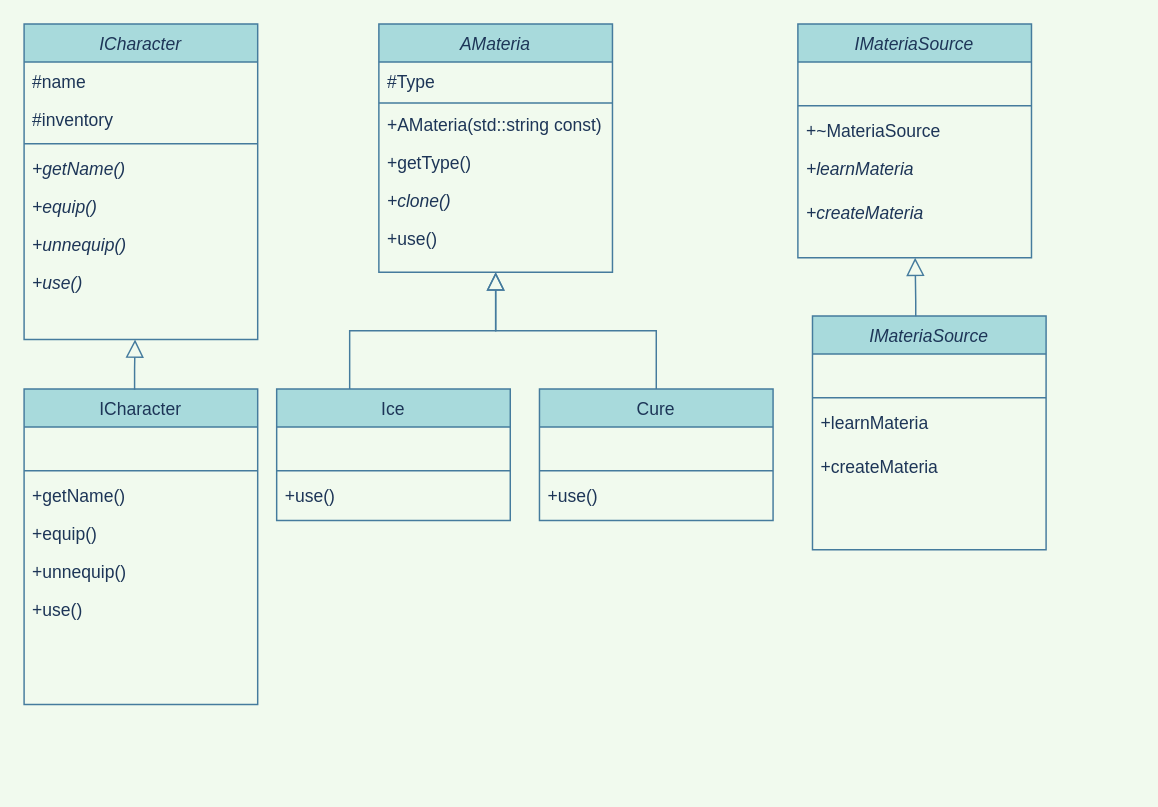
Earlier version of the draw.io diagram cpp04/ex03/cpp04_ex03.drawio (yeawonbong/cpp). Source tidied: cells renumbered, new cells numbered last; positions are measured from the earlier drawing's top-left corner, leaving out a move shared by most shapes. Both pictures are drawn from the tidied source at 146%, with x=0, y=0 at pixel (23, 23).
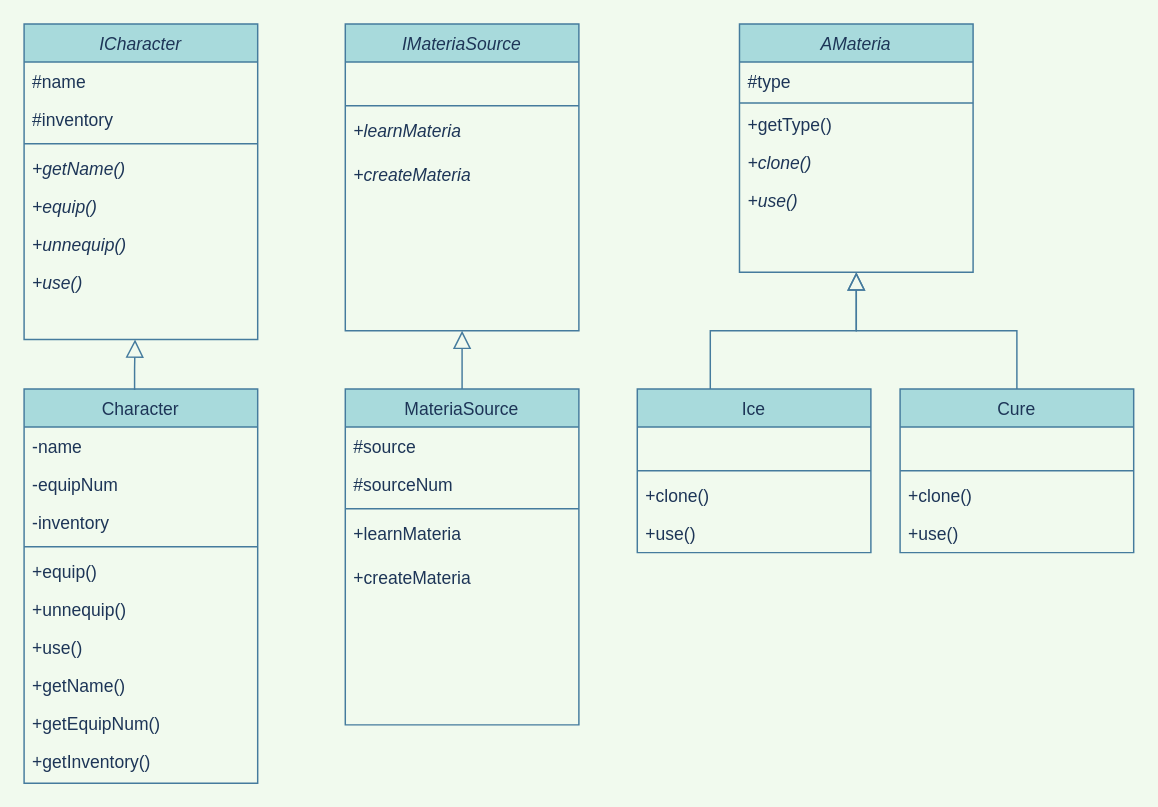
The same page after the edit.

The edit, as a diff of the source:
```diff
@@
     <mxCell id="2" value="IMateriaSource" style="swimlane;fontStyle=2;align=center;verticalAlign=top;horizontal=1;startSize=26;rounded=0;shadow=0;strokeWidth=1;fillColor=#A8DADC;strokeColor=#457B9D;fontColor=#1D3557;" parent="1" vertex="1">
-      <mxGeometry x="530" width="160" height="160" as="geometry" />
+      <mxGeometry x="220" width="160" height="210" as="geometry" />
     </mxCell>
@@
-    <mxCell id="5" value="+~MateriaSource" style="text;align=left;verticalAlign=top;spacingLeft=4;spacingRight=4;overflow=hidden;fontColor=#1D3557;" parent="2" vertex="1">
-      <mxGeometry y="60" width="160" height="26" as="geometry" />
-    </mxCell>
     <mxCell id="6" value="+learnMateria&#10;" style="text;align=left;verticalAlign=top;spacingLeft=4;spacingRight=4;overflow=hidden;fontColor=#1D3557;fontStyle=2;" parent="2" vertex="1">
-      <mxGeometry y="86" width="160" height="30" as="geometry" />
+      <mxGeometry y="60" width="160" height="30" as="geometry" />
     </mxCell>
     <mxCell id="7" value="+createMateria" style="text;align=left;verticalAlign=top;spacingLeft=4;spacingRight=4;overflow=hidden;rounded=0;shadow=0;html=0;fontColor=#1D3557;fontStyle=2;" parent="2" vertex="1">
-      <mxGeometry y="116" width="160" height="26" as="geometry" />
+      <mxGeometry y="90" width="160" height="26" as="geometry" />
     </mxCell>
     <mxCell id="8" value="Ice" style="swimlane;fontStyle=0;align=center;verticalAlign=top;horizontal=1;startSize=26;rounded=0;shadow=0;strokeWidth=1;fillColor=#A8DADC;strokeColor=#457B9D;fontColor=#1D3557;" parent="1" vertex="1">
-      <mxGeometry x="173" y="250" width="160" height="90" as="geometry" />
+      <mxGeometry x="420" y="250" width="160" height="112" as="geometry" />
     </mxCell>
@@
+    <mxCell id="47" value="+clone()" style="text;align=left;verticalAlign=top;spacingLeft=4;spacingRight=4;overflow=hidden;fontColor=#1D3557;fontStyle=0;" parent="8" vertex="1">
+      <mxGeometry y="60" width="160" height="26" as="geometry" />
+    </mxCell>
     <mxCell id="11" value="+use()" style="text;align=left;verticalAlign=top;spacingLeft=4;spacingRight=4;overflow=hidden;fontStyle=0;fontColor=#1D3557;" parent="8" vertex="1">
-      <mxGeometry y="60" width="160" height="26" as="geometry" />
+      <mxGeometry y="86" width="160" height="26" as="geometry" />
     </mxCell>
     <mxCell id="12" style="endArrow=block;endSize=10;endFill=0;shadow=0;strokeWidth=1;rounded=0;edgeStyle=elbowEdgeStyle;elbow=vertical;labelBackgroundColor=#F1FAEE;strokeColor=#457B9D;fontColor=#1D3557;" parent="1" edge="1">
       <mxGeometry relative="1" as="geometry">
-        <mxPoint x="223" y="250" as="sourcePoint" />
-        <mxPoint x="323" y="170" as="targetPoint" />
+        <mxPoint x="470" y="250" as="sourcePoint" />
+        <mxPoint x="570" y="170" as="targetPoint" />
       </mxGeometry>
     </mxCell>
     <mxCell id="13" value="Cure" style="swimlane;fontStyle=0;align=center;verticalAlign=top;horizontal=1;startSize=26;rounded=0;shadow=0;strokeWidth=1;fillColor=#A8DADC;strokeColor=#457B9D;fontColor=#1D3557;" parent="1" vertex="1">
-      <mxGeometry x="353" y="250" width="160" height="90" as="geometry" />
+      <mxGeometry x="600" y="250" width="160" height="112" as="geometry" />
     </mxCell>
@@
+    <mxCell id="48" value="+clone()" style="text;align=left;verticalAlign=top;spacingLeft=4;spacingRight=4;overflow=hidden;fontColor=#1D3557;fontStyle=0;" parent="13" vertex="1">
+      <mxGeometry y="60" width="160" height="26" as="geometry" />
+    </mxCell>
     <mxCell id="16" value="+use()" style="text;align=left;verticalAlign=top;spacingLeft=4;spacingRight=4;overflow=hidden;fontStyle=0;fontColor=#1D3557;" parent="13" vertex="1">
-      <mxGeometry y="60" width="160" height="26" as="geometry" />
+      <mxGeometry y="86" width="160" height="26" as="geometry" />
     </mxCell>
     <mxCell id="17" style="endArrow=block;endSize=10;endFill=0;shadow=0;strokeWidth=1;rounded=0;edgeStyle=elbowEdgeStyle;elbow=vertical;labelBackgroundColor=#F1FAEE;strokeColor=#457B9D;fontColor=#1D3557;" parent="1" edge="1" source="13">
       <mxGeometry relative="1" as="geometry">
-        <mxPoint x="323" y="170" as="targetPoint" />
+        <mxPoint x="570" y="170" as="targetPoint" />
       </mxGeometry>
     </mxCell>
@@
     <mxCell id="26" value="AMateria" style="swimlane;fontStyle=2;align=center;verticalAlign=top;horizontal=1;startSize=26;rounded=0;shadow=0;strokeWidth=1;fillColor=#A8DADC;strokeColor=#457B9D;fontColor=#1D3557;" parent="1" vertex="1">
-      <mxGeometry x="243" width="160" height="170" as="geometry" />
+      <mxGeometry x="490" width="160" height="170" as="geometry" />
     </mxCell>
-    <mxCell id="27" value="#Type" style="text;align=left;verticalAlign=top;spacingLeft=4;spacingRight=4;overflow=hidden;fontColor=#1D3557;" parent="26" vertex="1">
+    <mxCell id="27" value="#type" style="text;align=left;verticalAlign=top;spacingLeft=4;spacingRight=4;overflow=hidden;fontColor=#1D3557;" parent="26" vertex="1">
       <mxGeometry y="26" width="160" height="26" as="geometry" />
     </mxCell>
@@
-    <mxCell id="29" value="+AMateria(std::string const)&#10;" style="text;align=left;verticalAlign=top;spacingLeft=4;spacingRight=4;overflow=hidden;fontColor=#1D3557;" parent="26" vertex="1">
-      <mxGeometry y="56" width="160" height="26" as="geometry" />
-    </mxCell>
-    <mxCell id="30" value="+getType()" style="text;align=left;verticalAlign=top;spacingLeft=4;spacingRight=4;overflow=hidden;fontColor=#1D3557;" parent="26" vertex="1">
-      <mxGeometry y="82" width="160" height="26" as="geometry" />
+    <mxCell id="30" value="+getType()" style="text;align=left;verticalAlign=top;spacingLeft=4;spacingRight=4;overflow=hidden;fontColor=#1D3557;fontStyle=0;" parent="26" vertex="1">
+      <mxGeometry y="56" width="160" height="26" as="geometry" />
     </mxCell>
     <mxCell id="31" value="+clone()" style="text;align=left;verticalAlign=top;spacingLeft=4;spacingRight=4;overflow=hidden;fontColor=#1D3557;fontStyle=2;" parent="26" vertex="1">
-      <mxGeometry y="108" width="160" height="26" as="geometry" />
+      <mxGeometry y="82" width="160" height="26" as="geometry" />
     </mxCell>
-    <mxCell id="32" value="+use()" style="text;align=left;verticalAlign=top;spacingLeft=4;spacingRight=4;overflow=hidden;fontColor=#1D3557;" parent="26" vertex="1">
-      <mxGeometry y="134" width="160" height="26" as="geometry" />
+    <mxCell id="32" value="+use()" style="text;align=left;verticalAlign=top;spacingLeft=4;spacingRight=4;overflow=hidden;fontColor=#1D3557;fontStyle=2;" parent="26" vertex="1">
+      <mxGeometry y="108" width="160" height="26" as="geometry" />
     </mxCell>
-    <mxCell id="33" value="ICharacter" style="swimlane;fontStyle=0;align=center;verticalAlign=top;horizontal=1;startSize=26;rounded=0;shadow=0;strokeWidth=1;fillColor=#A8DADC;strokeColor=#457B9D;fontColor=#1D3557;" parent="1" vertex="1">
-      <mxGeometry y="250" width="160" height="216" as="geometry" />
+    <mxCell id="33" value="Character" style="swimlane;fontStyle=0;align=center;verticalAlign=top;horizontal=1;startSize=26;rounded=0;shadow=0;strokeWidth=1;fillColor=#A8DADC;strokeColor=#457B9D;fontColor=#1D3557;" parent="1" vertex="1">
+      <mxGeometry y="250" width="160" height="270" as="geometry" />
     </mxCell>
-    <mxCell id="34" value=" " style="text;align=left;verticalAlign=top;spacingLeft=4;spacingRight=4;overflow=hidden;fontColor=#1D3557;" parent="33" vertex="1">
+    <mxCell id="34" value="-name" style="text;align=left;verticalAlign=top;spacingLeft=4;spacingRight=4;overflow=hidden;fontColor=#1D3557;" parent="33" vertex="1">
       <mxGeometry y="26" width="160" height="26" as="geometry" />
     </mxCell>
+    <mxCell id="49" value="-equipNum" style="text;align=left;verticalAlign=top;spacingLeft=4;spacingRight=4;overflow=hidden;fontColor=#1D3557;fontStyle=0;" parent="33" vertex="1">
+      <mxGeometry y="52" width="160" height="26" as="geometry" />
+    </mxCell>
+    <mxCell id="50" value="-inventory" style="text;align=left;verticalAlign=top;spacingLeft=4;spacingRight=4;overflow=hidden;fontColor=#1D3557;fontStyle=0;" parent="33" vertex="1">
+      <mxGeometry y="78" width="160" height="26" as="geometry" />
+    </mxCell>
     <mxCell id="35" style="line;html=1;strokeWidth=1;align=left;verticalAlign=middle;spacingTop=-1;spacingLeft=3;spacingRight=3;labelPosition=right;labelBackgroundColor=#F1FAEE;fillColor=#A8DADC;strokeColor=#457B9D;fontColor=#1D3557;" parent="33" vertex="1">
-      <mxGeometry y="52" width="160" height="8" as="geometry" />
+      <mxGeometry y="104" width="160" height="8" as="geometry" />
     </mxCell>
-    <mxCell id="36" value="+getName()" style="text;align=left;verticalAlign=top;spacingLeft=4;spacingRight=4;overflow=hidden;fontColor=#1D3557;fontStyle=0;" parent="33" vertex="1">
-      <mxGeometry y="60" width="160" height="26" as="geometry" />
-    </mxCell>
     <mxCell id="37" value="+equip()" style="text;align=left;verticalAlign=top;spacingLeft=4;spacingRight=4;overflow=hidden;fontColor=#1D3557;fontStyle=0;" parent="33" vertex="1">
-      <mxGeometry y="86" width="160" height="26" as="geometry" />
+      <mxGeometry y="112" width="160" height="26" as="geometry" />
     </mxCell>
     <mxCell id="38" value="+unnequip()" style="text;align=left;verticalAlign=top;spacingLeft=4;spacingRight=4;overflow=hidden;rounded=0;shadow=0;html=0;fontColor=#1D3557;fontStyle=0;" parent="33" vertex="1">
-      <mxGeometry y="112" width="160" height="26" as="geometry" />
+      <mxGeometry y="138" width="160" height="26" as="geometry" />
     </mxCell>
     <mxCell id="39" value="+use()" style="text;align=left;verticalAlign=top;spacingLeft=4;spacingRight=4;overflow=hidden;rounded=0;shadow=0;html=0;fontColor=#1D3557;fontStyle=0;" parent="33" vertex="1">
-      <mxGeometry y="138" width="160" height="26" as="geometry" />
+      <mxGeometry y="164" width="160" height="26" as="geometry" />
     </mxCell>
+    <mxCell id="36" value="+getName()" style="text;align=left;verticalAlign=top;spacingLeft=4;spacingRight=4;overflow=hidden;fontColor=#1D3557;fontStyle=0;" parent="33" vertex="1">
+      <mxGeometry y="190" width="160" height="26" as="geometry" />
+    </mxCell>
+    <mxCell id="51" value="+getEquipNum()" style="text;align=left;verticalAlign=top;spacingLeft=4;spacingRight=4;overflow=hidden;fontColor=#1D3557;fontStyle=0;" parent="33" vertex="1">
+      <mxGeometry y="216" width="160" height="26" as="geometry" />
+    </mxCell>
+    <mxCell id="52" value="+getInventory()" style="text;align=left;verticalAlign=top;spacingLeft=4;spacingRight=4;overflow=hidden;fontColor=#1D3557;fontStyle=0;" parent="33" vertex="1">
+      <mxGeometry y="242" width="160" height="26" as="geometry" />
+    </mxCell>
@@
-    <mxCell id="41" value="IMateriaSource" style="swimlane;fontStyle=2;align=center;verticalAlign=top;horizontal=1;startSize=26;rounded=0;shadow=0;strokeWidth=1;fillColor=#A8DADC;strokeColor=#457B9D;fontColor=#1D3557;" parent="1" vertex="1">
-      <mxGeometry x="540" y="200" width="160" height="160" as="geometry" />
+    <mxCell id="41" value="MateriaSource" style="swimlane;fontStyle=0;align=center;verticalAlign=top;horizontal=1;startSize=26;rounded=0;shadow=0;strokeWidth=1;fillColor=#A8DADC;strokeColor=#457B9D;fontColor=#1D3557;" parent="1" vertex="1">
+      <mxGeometry x="220" y="250" width="160" height="230" as="geometry" />
     </mxCell>
-    <mxCell id="42" value=" " style="text;align=left;verticalAlign=top;spacingLeft=4;spacingRight=4;overflow=hidden;fontColor=#1D3557;" parent="41" vertex="1">
+    <mxCell id="42" value="#source" style="text;align=left;verticalAlign=top;spacingLeft=4;spacingRight=4;overflow=hidden;fontColor=#1D3557;" parent="41" vertex="1">
       <mxGeometry y="26" width="160" height="26" as="geometry" />
     </mxCell>
+    <mxCell id="53" value="#sourceNum" style="text;align=left;verticalAlign=top;spacingLeft=4;spacingRight=4;overflow=hidden;fontColor=#1D3557;" parent="41" vertex="1">
+      <mxGeometry y="52" width="160" height="26" as="geometry" />
+    </mxCell>
     <mxCell id="43" style="line;html=1;strokeWidth=1;align=left;verticalAlign=middle;spacingTop=-1;spacingLeft=3;spacingRight=3;labelPosition=right;labelBackgroundColor=#F1FAEE;fillColor=#A8DADC;strokeColor=#457B9D;fontColor=#1D3557;" parent="41" vertex="1">
-      <mxGeometry y="52" width="160" height="8" as="geometry" />
+      <mxGeometry y="78" width="160" height="8" as="geometry" />
     </mxCell>
     <mxCell id="44" value="+learnMateria&#10;" style="text;align=left;verticalAlign=top;spacingLeft=4;spacingRight=4;overflow=hidden;fontColor=#1D3557;fontStyle=0;" parent="41" vertex="1">
-      <mxGeometry y="60" width="160" height="30" as="geometry" />
+      <mxGeometry y="86" width="160" height="30" as="geometry" />
     </mxCell>
     <mxCell id="45" value="+createMateria" style="text;align=left;verticalAlign=top;spacingLeft=4;spacingRight=4;overflow=hidden;rounded=0;shadow=0;html=0;fontColor=#1D3557;fontStyle=0;" parent="41" vertex="1">
-      <mxGeometry y="90" width="160" height="26" as="geometry" />
+      <mxGeometry y="116" width="160" height="26" as="geometry" />
     </mxCell>
-    <mxCell id="46" style="endArrow=block;endSize=10;endFill=0;shadow=0;strokeWidth=1;rounded=0;edgeStyle=elbowEdgeStyle;elbow=vertical;labelBackgroundColor=#F1FAEE;strokeColor=#457B9D;fontColor=#1D3557;exitX=0.442;exitY=0.001;exitDx=0;exitDy=0;exitPerimeter=0;" parent="1" edge="1" source="41">
+    <mxCell id="46" style="endArrow=block;endSize=10;endFill=0;shadow=0;strokeWidth=1;rounded=0;edgeStyle=elbowEdgeStyle;elbow=horizontal;labelBackgroundColor=#F1FAEE;strokeColor=#457B9D;fontColor=#1D3557;" parent="1" edge="1">
       <mxGeometry relative="1" as="geometry">
-        <mxPoint x="610.3" y="160" as="targetPoint" />
+        <mxPoint x="300" y="250" as="sourcePoint" />
+        <mxPoint x="300.3" y="210" as="targetPoint" />
         <Array as="points">
-          <mxPoint x="610" y="190" />
-          <mxPoint x="600" y="170" />
-          <mxPoint x="610.3" y="180" />
+          <mxPoint x="300" y="240" />
+          <mxPoint x="290" y="220" />
+          <mxPoint x="300.3" y="230" />
         </Array>
       </mxGeometry>
     </mxCell>
```
